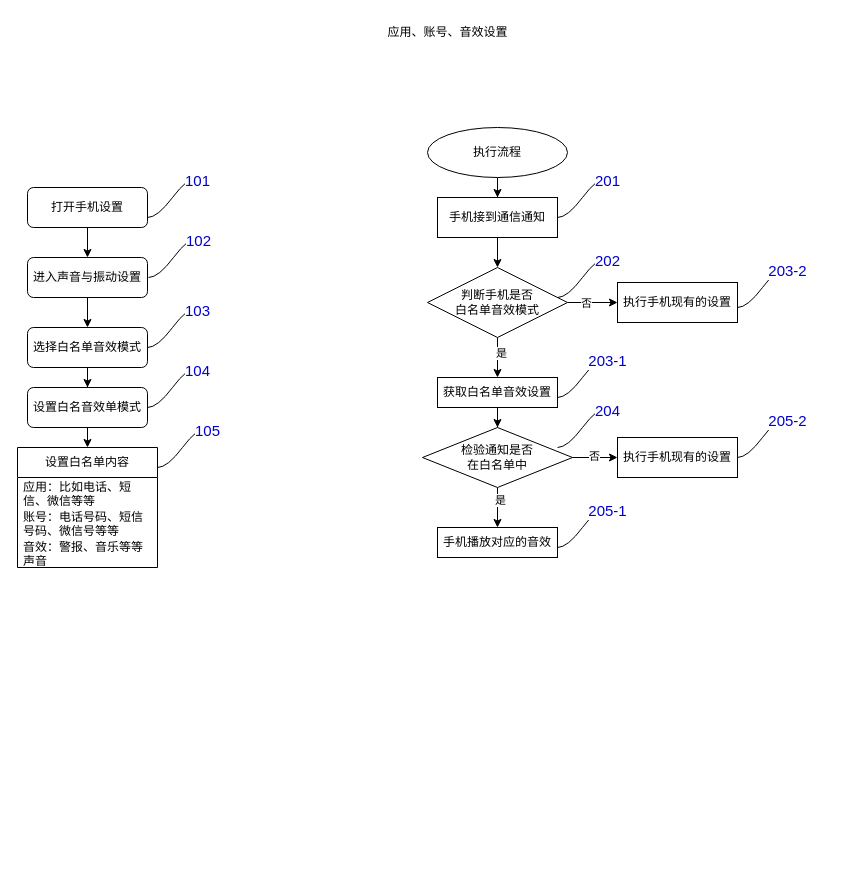
xili95/liuChengTu keeps this draw.io diagram as page "第 7 页" (7 of 7) of 流程图.drawio. Above is the earlier version. Source tidied: cells renumbered, new cells numbered last; positions are measured from the earlier drawing's top-left corner, leaving out a move shared by most shapes. Both pictures are drawn from the tidied source at 100%, with x=0, y=0 at pixel (17, 17).
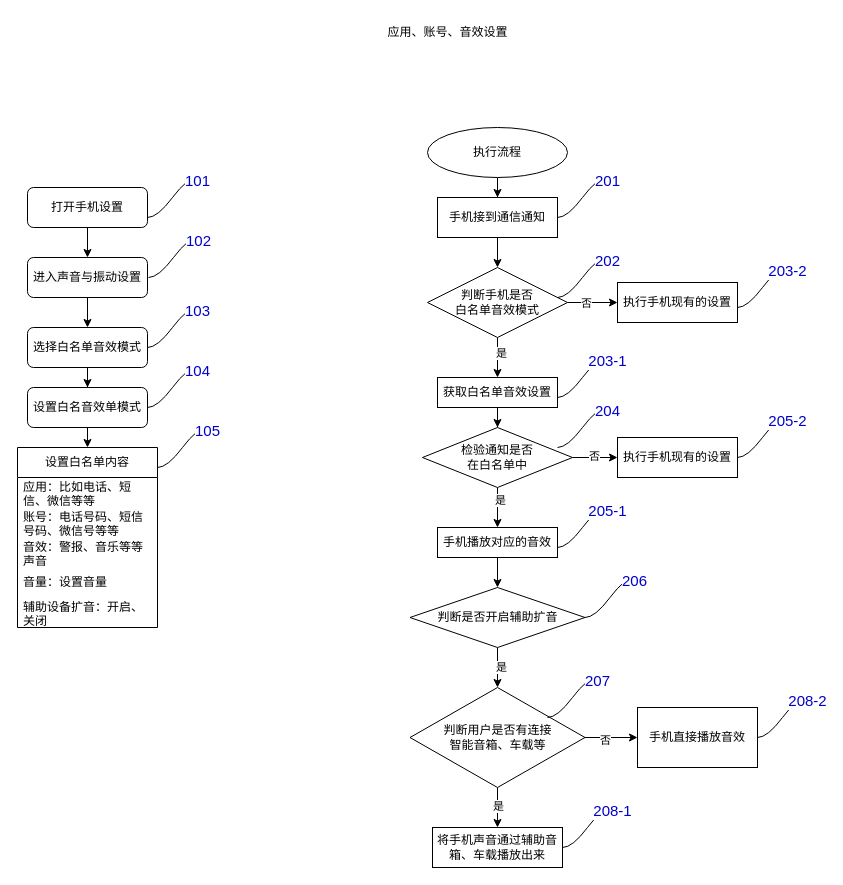
Above is the later version.

Commit message:
更新流程图.drawio

The change refers to these unchanged cells:
```xml
<mxCell id="41" value="手机播放对应的音效" style="whiteSpace=wrap;html=1;" parent="1" vertex="1">
  <mxGeometry x="420" y="510" width="120" height="30" as="geometry" />
</mxCell>
```

Change to the diagram source:
```diff
@@
     <mxCell id="18" value="设置白名单内容" style="swimlane;fontStyle=0;horizontal=1;startSize=30;whiteSpace=wrap;html=1;" parent="1" vertex="1">
-      <mxGeometry y="430" width="140" height="120" as="geometry" />
+      <mxGeometry y="430" width="140" height="180" as="geometry" />
     </mxCell>
@@
+    <mxCell id="58" value="音量：设置音量" style="text;strokeColor=none;fillColor=none;align=left;verticalAlign=middle;spacingLeft=4;spacingRight=4;overflow=hidden;whiteSpace=wrap;html=1;" parent="18" vertex="1">
+      <mxGeometry y="120" width="140" height="30" as="geometry" />
+    </mxCell>
+    <mxCell id="59" value="辅助设备扩音：开启、关闭" style="text;strokeColor=none;fillColor=none;align=left;verticalAlign=middle;spacingLeft=4;spacingRight=4;overflow=hidden;whiteSpace=wrap;html=1;" parent="18" vertex="1">
+      <mxGeometry y="150" width="140" height="30" as="geometry" />
+    </mxCell>
@@
+    <mxCell id="60" style="edgeStyle=orthogonalEdgeStyle;rounded=0;jettySize=auto;html=1;" parent="1" edge="1" source="41" target="63">
+      <mxGeometry relative="1" as="geometry" />
+    </mxCell>
@@
+    <mxCell id="61" style="edgeStyle=orthogonalEdgeStyle;rounded=0;jettySize=auto;html=1;" parent="1" edge="1" source="63" target="68">
+      <mxGeometry relative="1" as="geometry" />
+    </mxCell>
+    <mxCell id="62" value="是" style="edgeLabel;html=1;align=center;verticalAlign=middle;" parent="61" vertex="1">
+      <mxGeometry x="-0.05" y="3" relative="1" as="geometry" />
+    </mxCell>
+    <mxCell id="63" value="判断是否开启辅助扩音" style="rhombus;whiteSpace=wrap;html=1;" parent="1" vertex="1">
+      <mxGeometry x="392.5" y="570" width="175" height="60" as="geometry" />
+    </mxCell>
+    <mxCell id="64" style="edgeStyle=orthogonalEdgeStyle;rounded=0;jettySize=auto;html=1;" parent="1" edge="1" source="68" target="69">
+      <mxGeometry relative="1" as="geometry" />
+    </mxCell>
+    <mxCell id="65" value="是" style="edgeLabel;html=1;align=center;verticalAlign=middle;" parent="64" vertex="1">
+      <mxGeometry x="-0.1" relative="1" as="geometry" />
+    </mxCell>
+    <mxCell id="66" style="edgeStyle=orthogonalEdgeStyle;rounded=0;jettySize=auto;html=1;" parent="1" edge="1" source="68" target="70">
+      <mxGeometry relative="1" as="geometry" />
+    </mxCell>
+    <mxCell id="67" value="否" style="edgeLabel;html=1;align=center;verticalAlign=middle;" parent="66" vertex="1">
+      <mxGeometry x="-0.25" y="-2" relative="1" as="geometry" />
+    </mxCell>
+    <mxCell id="68" value="判断用户是否有连接&lt;div&gt;智能音箱、车载等&lt;br&gt;&lt;/div&gt;" style="rhombus;whiteSpace=wrap;html=1;" parent="1" vertex="1">
+      <mxGeometry x="392.5" y="670" width="175" height="100" as="geometry" />
+    </mxCell>
+    <mxCell id="69" value="将手机声音通过辅助音箱、车载播放出来" style="whiteSpace=wrap;html=1;" parent="1" vertex="1">
+      <mxGeometry x="415" y="810" width="130" height="40" as="geometry" />
+    </mxCell>
+    <mxCell id="70" value="手机直接播放音效" style="whiteSpace=wrap;html=1;" parent="1" vertex="1">
+      <mxGeometry x="620" y="690" width="120" height="60" as="geometry" />
+    </mxCell>
+    <mxCell id="71" style="edgeStyle=entityRelationEdgeStyle;startArrow=none;endArrow=none;segment=10;curved=1;sourcePerimeterSpacing=0;targetPerimeterSpacing=0;rounded=0;" parent="1" edge="1">
+      <mxGeometry relative="1" as="geometry">
+        <mxPoint x="567.5" y="600" as="sourcePoint" />
+        <mxPoint x="617.5" y="560" as="targetPoint" />
+        <Array as="points">
+          <mxPoint x="607.5" y="600" />
+          <mxPoint x="607.5" y="610" />
+          <mxPoint x="597.5" y="620" />
+        </Array>
+      </mxGeometry>
+    </mxCell>
+    <mxCell id="72" value="206" style="edgeLabel;html=1;align=center;verticalAlign=middle;fontSize=15;fontColor=#0000CC;" parent="71" vertex="1">
+      <mxGeometry x="0.97" y="-2" relative="1" as="geometry" />
+    </mxCell>
+    <mxCell id="73" style="edgeStyle=entityRelationEdgeStyle;startArrow=none;endArrow=none;segment=10;curved=1;sourcePerimeterSpacing=0;targetPerimeterSpacing=0;rounded=0;" parent="1" edge="1">
+      <mxGeometry relative="1" as="geometry">
+        <mxPoint x="530" y="700" as="sourcePoint" />
+        <mxPoint x="580" y="660" as="targetPoint" />
+        <Array as="points">
+          <mxPoint x="570" y="700" />
+          <mxPoint x="562.5" y="730" />
+          <mxPoint x="562.5" y="700" />
+          <mxPoint x="570" y="710" />
+          <mxPoint x="560" y="720" />
+        </Array>
+      </mxGeometry>
+    </mxCell>
+    <mxCell id="74" value="207" style="edgeLabel;html=1;align=center;verticalAlign=middle;fontSize=15;fontColor=#0000CC;" parent="73" vertex="1">
+      <mxGeometry x="0.97" y="-2" relative="1" as="geometry" />
+    </mxCell>
+    <mxCell id="75" style="edgeStyle=entityRelationEdgeStyle;startArrow=none;endArrow=none;segment=10;curved=1;sourcePerimeterSpacing=0;targetPerimeterSpacing=0;rounded=0;" parent="1" edge="1">
+      <mxGeometry relative="1" as="geometry">
+        <mxPoint x="545" y="830" as="sourcePoint" />
+        <mxPoint x="595" y="790" as="targetPoint" />
+        <Array as="points">
+          <mxPoint x="585" y="830" />
+          <mxPoint x="577.5" y="860" />
+          <mxPoint x="577.5" y="830" />
+          <mxPoint x="585" y="840" />
+          <mxPoint x="575" y="850" />
+        </Array>
+      </mxGeometry>
+    </mxCell>
+    <mxCell id="76" value="208-1" style="edgeLabel;html=1;align=center;verticalAlign=middle;fontSize=15;fontColor=#0000CC;" parent="75" vertex="1">
+      <mxGeometry x="0.97" y="-2" relative="1" as="geometry" />
+    </mxCell>
+    <mxCell id="77" style="edgeStyle=entityRelationEdgeStyle;startArrow=none;endArrow=none;segment=10;curved=1;sourcePerimeterSpacing=0;targetPerimeterSpacing=0;rounded=0;" parent="1" edge="1">
+      <mxGeometry relative="1" as="geometry">
+        <mxPoint x="740" y="720" as="sourcePoint" />
+        <mxPoint x="790" y="680" as="targetPoint" />
+        <Array as="points">
+          <mxPoint x="780" y="720" />
+          <mxPoint x="772.5" y="750" />
+          <mxPoint x="772.5" y="720" />
+          <mxPoint x="780" y="730" />
+          <mxPoint x="770" y="740" />
+        </Array>
+      </mxGeometry>
+    </mxCell>
+    <mxCell id="78" value="208-2" style="edgeLabel;html=1;align=center;verticalAlign=middle;fontSize=15;fontColor=#0000CC;" parent="77" vertex="1">
+      <mxGeometry x="0.97" y="-2" relative="1" as="geometry" />
+    </mxCell>
```
